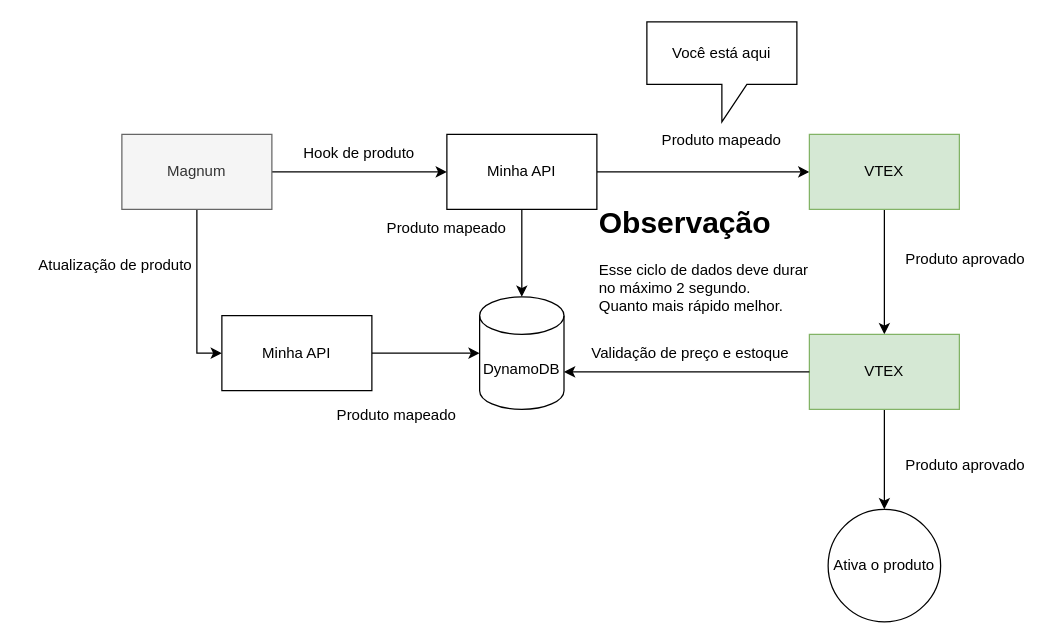
This is fluxo-tech-magnum.drawio from GustavoOliveira11/flowcharts, a draw.io file, before an edit. Source tidied: cells renumbered, new cells numbered last; positions are measured from the earlier drawing's top-left corner, leaving out a move shared by most shapes. Both pictures are drawn from the tidied source at 125%, with x=0, y=0 at pixel (21, 21).
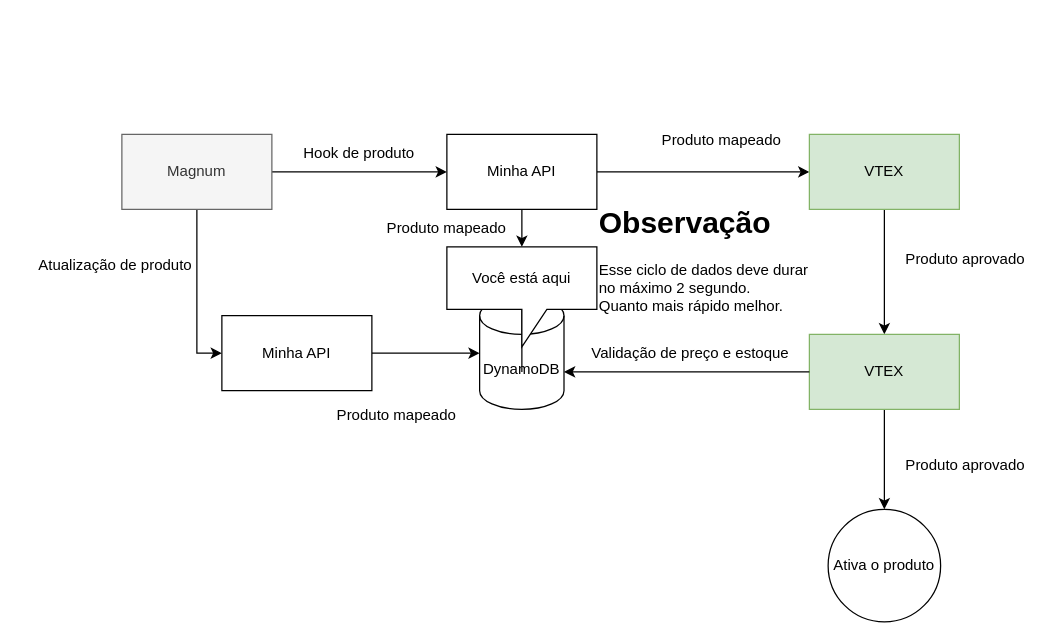
The same page after the edit.

The change refers to these unchanged cells:
```xml
<mxCell id="6" value="Minha API" style="rounded=0;whiteSpace=wrap;html=1;" parent="1" vertex="1">
  <mxGeometry x="340" y="90" width="120" height="60" as="geometry" />
</mxCell>
<mxCell id="15" value="DynamoDB" style="shape=cylinder3;whiteSpace=wrap;html=1;boundedLbl=1;backgroundOutline=1;size=15;" parent="1" vertex="1">
  <mxGeometry x="366.2" y="220" width="67.5" height="90" as="geometry" />
</mxCell>
```

The edit, as a diff of the source:
```diff
@@
-    <mxCell id="16" style="edgeStyle=orthogonalEdgeStyle;rounded=0;jettySize=auto;html=1;entryX=0.5;entryY=0;entryDx=0;entryDy=0;entryPerimeter=0;" parent="1" edge="1" source="6" target="15">
+    <mxCell id="16" style="edgeStyle=orthogonalEdgeStyle;rounded=0;jettySize=auto;html=1;entryX=0.5;entryY=0;entryDx=0;entryDy=0;entryPerimeter=0;" parent="1" edge="1" source="24" target="15">
       <mxGeometry relative="1" as="geometry" />
     </mxCell>
@@
-    <mxCell id="24" value="Você está aqui" style="shape=callout;whiteSpace=wrap;html=1;perimeter=calloutPerimeter;" parent="1" vertex="1">
-      <mxGeometry x="500" width="120" height="80" as="geometry" />
-    </mxCell>
@@
+    <mxCell id="27" style="edgeStyle=orthogonalEdgeStyle;rounded=0;jettySize=auto;html=1;entryX=0.5;entryY=0;entryDx=0;entryDy=0;entryPerimeter=0;" parent="1" edge="1" source="6" target="24">
+      <mxGeometry relative="1" as="geometry" />
+    </mxCell>
+    <mxCell id="24" value="Você está aqui" style="shape=callout;whiteSpace=wrap;html=1;perimeter=calloutPerimeter;" parent="1" vertex="1">
+      <mxGeometry x="340" y="180" width="120" height="80" as="geometry" />
+    </mxCell>
```
